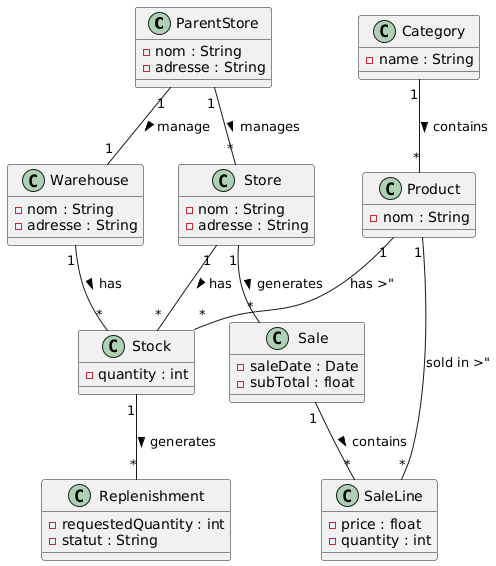
This is out/docs/UML/VueLogique/VueLogique.png from Jonathan-Lorfils/LOG430-Lab, a PlantUML export, as it was before one commit.
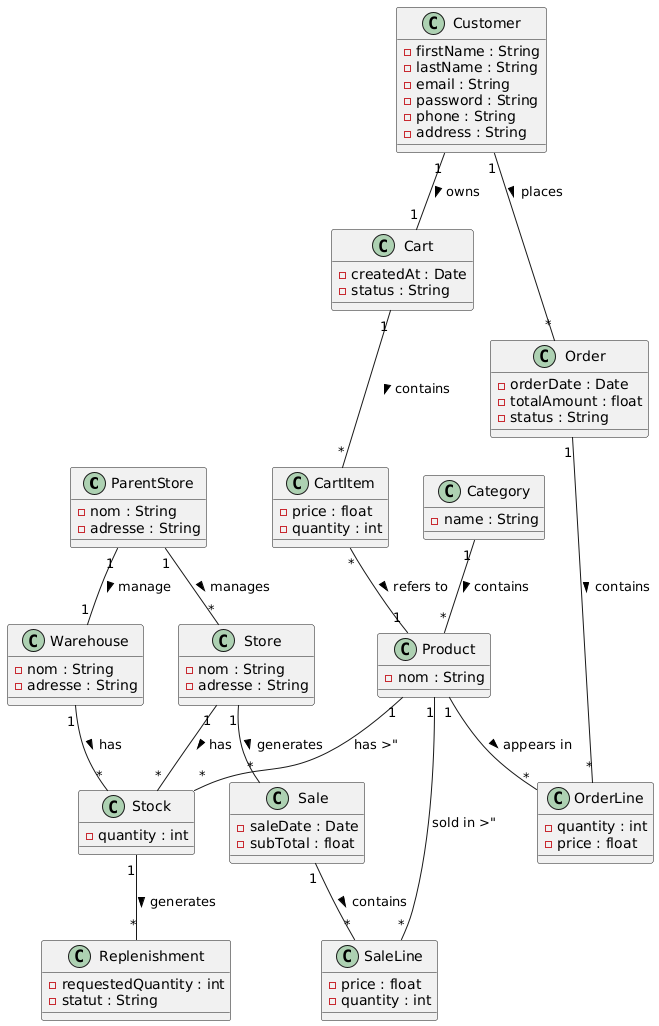
Above is the later version.

Change to the diagram source:
```diff
@@ -41,6 +41,36 @@
   - statut : String
 }
 
+class Customer {
+  - firstName : String
+  - lastName : String
+  - email : String
+  - password : String
+  - phone : String
+  - address : String
+}
+
+class Cart {
+  - createdAt : Date
+  - status : String
+}
+
+class CartItem {
+  - price : float
+  - quantity : int
+}
+
+class Order {
+  - orderDate : Date
+  - totalAmount : float
+  - status : String
+}
+
+class OrderLine {
+  - quantity : int
+  - price : float
+}
+
 Category "1" -- "*" Product : contains >
 ParentStore "1" -- "1" Warehouse : manage >
 ParentStore "1" -- "*" Store : manages >
@@ -51,4 +81,11 @@
 Product "1" -- "*" SaleLine : sold in >"
 Stock "1" -- "*" Replenishment : generates >
 Sale "1" -- "*" SaleLine : contains >
+
+Customer "1" -- "1" Cart : owns >
+Cart "1" -- "*" CartItem : contains >
+CartItem "*" -- "1" Product : refers to >
+Customer "1" -- "*" Order : places >
+Order "1" -- "*" OrderLine : contains >
+Product "1" -- "*" OrderLine : appears in >
 @enduml
```
